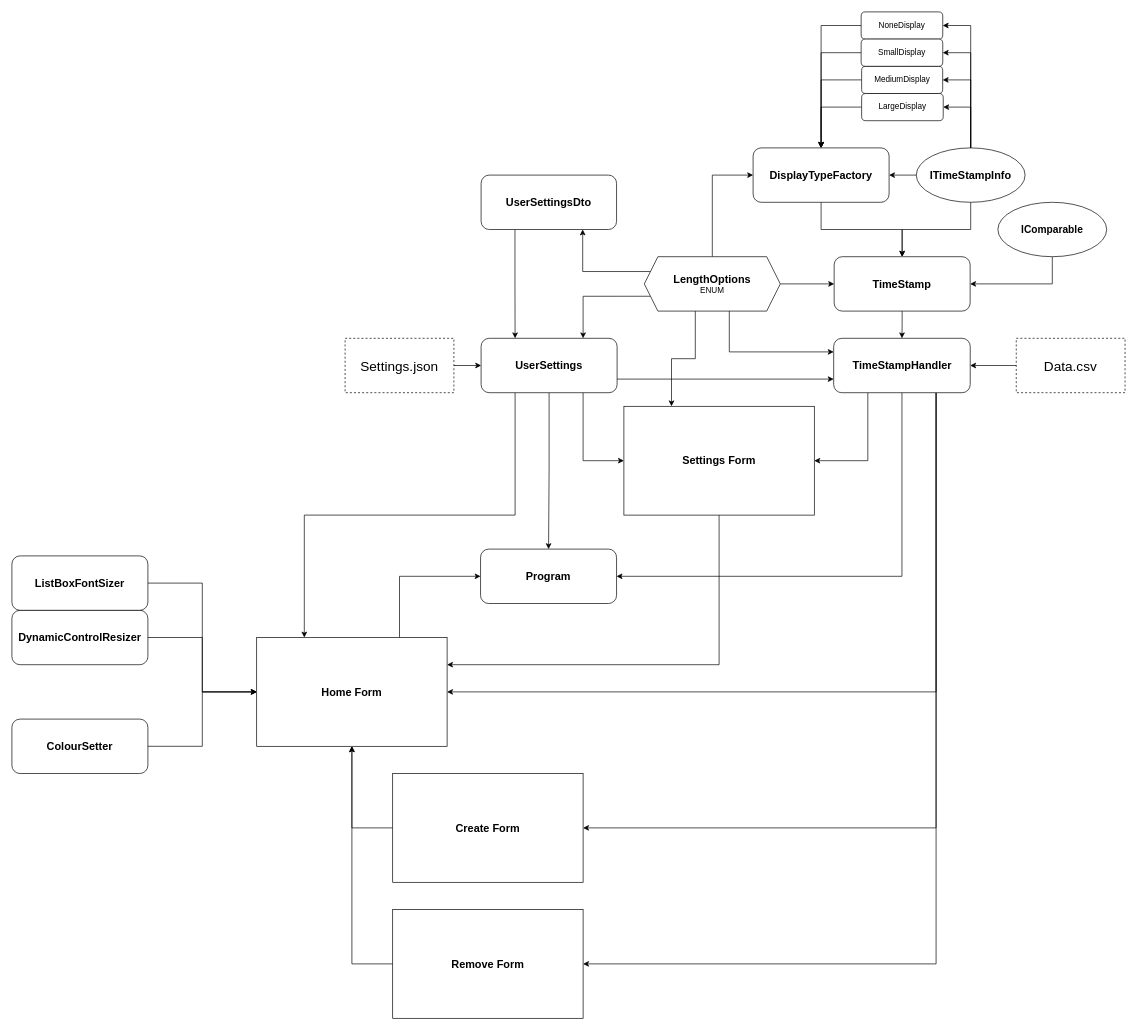
Before: Chrono Count 3/ERD/ChronoCount3.drawio in Andy-Mckelvey05/Chrono-Count-3, a draw.io diagram. Source tidied: cells renumbered, new cells numbered last; positions are measured from the earlier drawing's top-left corner, leaving out a move shared by most shapes. Both pictures are drawn from the tidied source at 68%, with x=0, y=0 at pixel (12, 12).
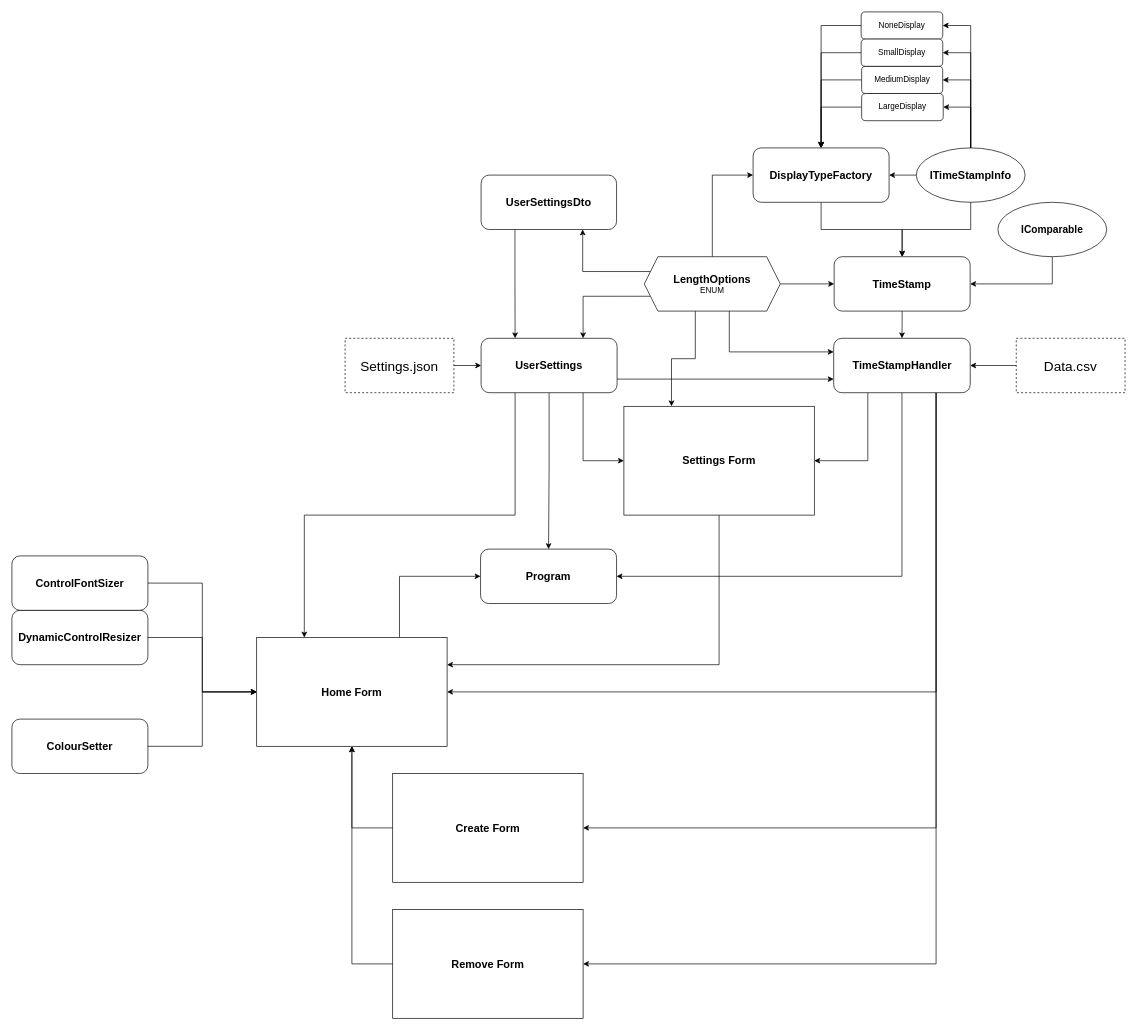
The same diagram, later.

What changed in the source:
```diff
@@
-    <mxCell id="59" value="&lt;span style=&quot;font-size: 16px;&quot;&gt;&lt;b&gt;ListBoxFontSizer&lt;/b&gt;&lt;/span&gt;" style="rounded=1;whiteSpace=wrap;html=1;" parent="1" vertex="1">
+    <mxCell id="59" value="&lt;span style=&quot;font-size: 16px;&quot;&gt;&lt;b&gt;ControlFontSizer&lt;/b&gt;&lt;/span&gt;" style="rounded=1;whiteSpace=wrap;html=1;" parent="1" vertex="1">
       <mxGeometry y="800" width="200" height="80" as="geometry" />
     </mxCell>
```
